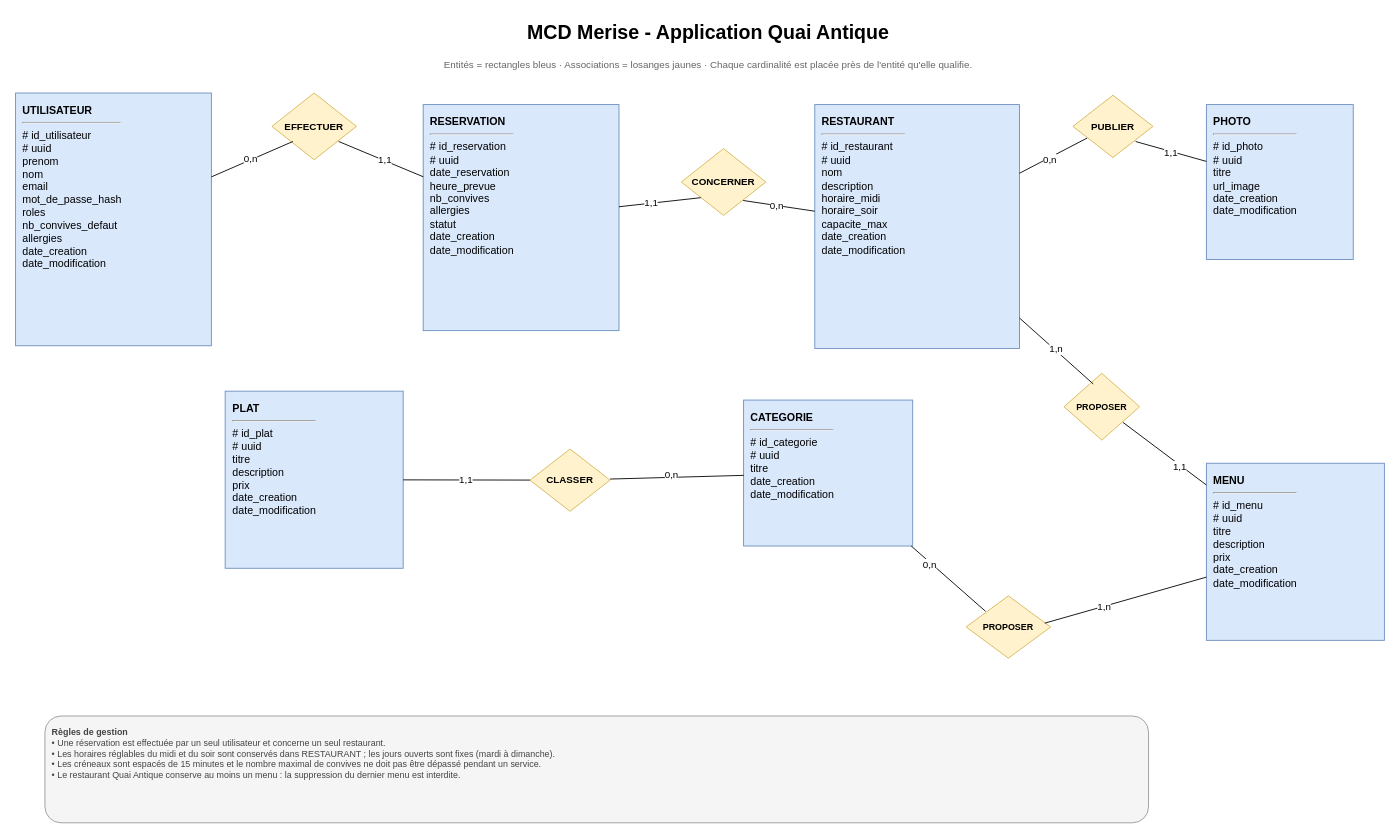
The draw.io diagram page "01 - MCD Merise" (3 of 5) of docs/database/modelisation-quai-antique.drawio in elscribe/quai-antique, before the edit. Source tidied: cells renumbered, new cells numbered last; positions are measured from the earlier drawing's top-left corner, leaving out a move shared by most shapes. Both pictures are drawn from the tidied source at 89%, with x=0, y=0 at pixel (15, 15).
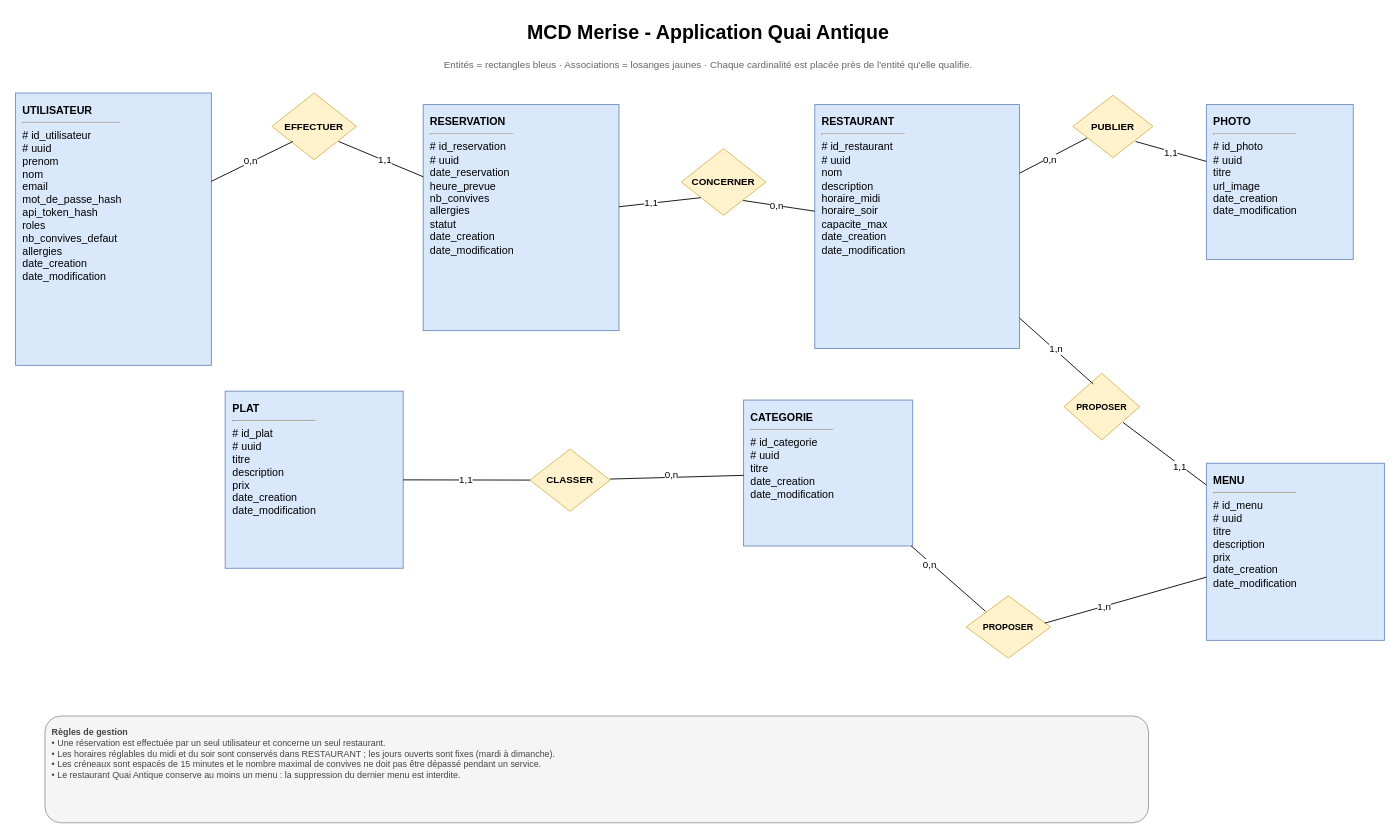
Above is the later version.

The edit, as a diff of the source:
```diff
@@
-    <mxCell id="4" value="&lt;b&gt;UTILISATEUR&lt;/b&gt;&lt;hr/&gt;# id_utilisateur&lt;br/&gt;# uuid&lt;br/&gt;prenom&lt;br/&gt;nom&lt;br/&gt;email&lt;br/&gt;mot_de_passe_hash&lt;br/&gt;roles&lt;br/&gt;nb_convives_defaut&lt;br/&gt;allergies&lt;br/&gt;date_creation&lt;br/&gt;date_modification" style="rounded=0;whiteSpace=wrap;html=1;fillColor=#dae8fc;strokeColor=#6c8ebf;align=left;verticalAlign=top;spacing=8;fontSize=12;" parent="1" vertex="1">
-      <mxGeometry y="87" width="220" height="284" as="geometry" />
+    <mxCell id="4" value="&lt;b&gt;UTILISATEUR&lt;/b&gt;&lt;hr/&gt;# id_utilisateur&lt;br/&gt;# uuid&lt;br/&gt;prenom&lt;br/&gt;nom&lt;br/&gt;email&lt;br/&gt;mot_de_passe_hash&lt;br/&gt;api_token_hash&lt;br/&gt;roles&lt;br/&gt;nb_convives_defaut&lt;br/&gt;allergies&lt;br/&gt;date_creation&lt;br/&gt;date_modification" style="rounded=0;whiteSpace=wrap;html=1;fillColor=#dae8fc;strokeColor=#6c8ebf;align=left;verticalAlign=top;spacing=8;fontSize=12;" parent="1" vertex="1">
+      <mxGeometry y="87" width="220" height="306" as="geometry" />
     </mxCell>
```
